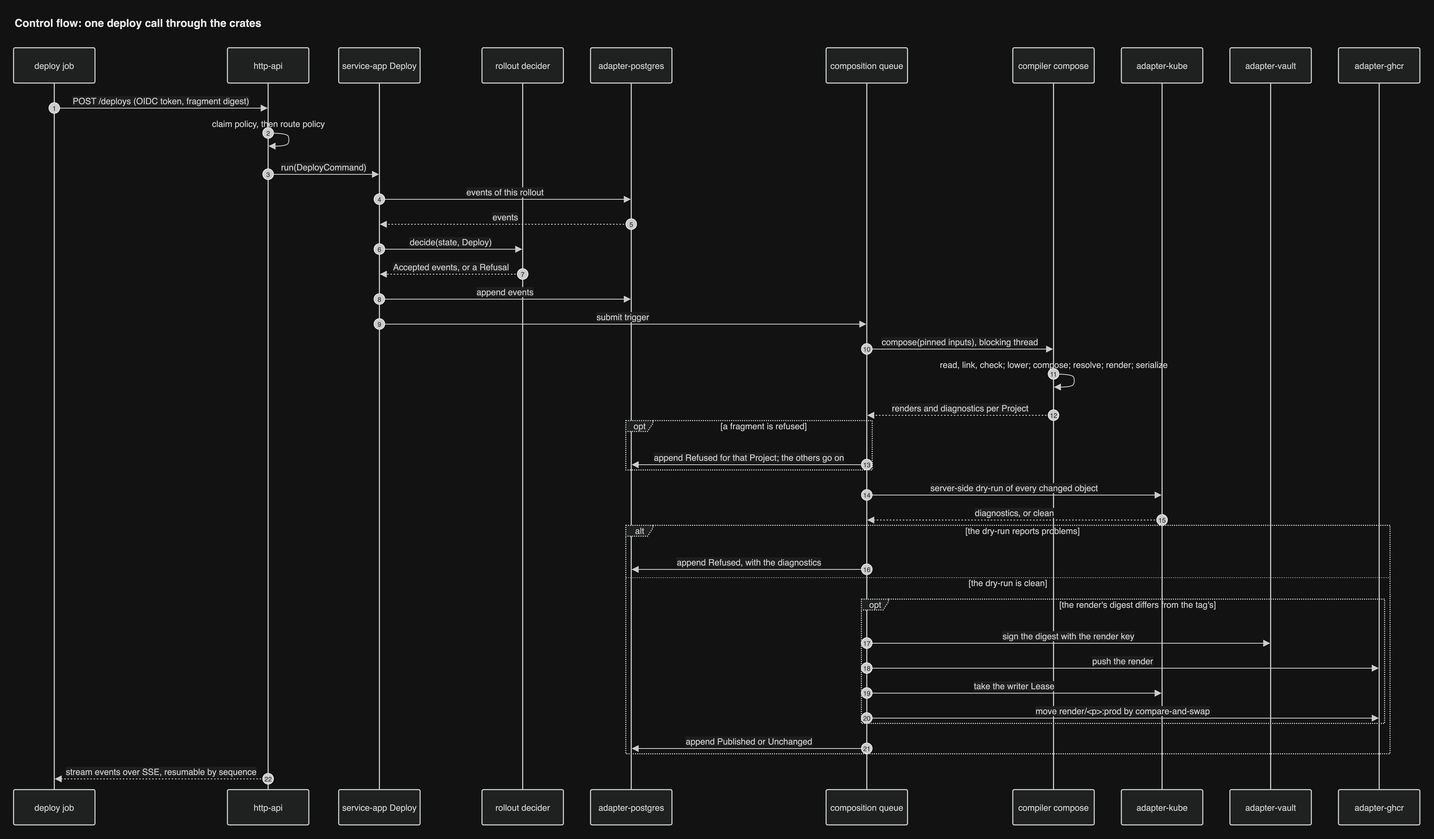
Earlier version of the draw.io export docs/diagrams/png/seq-compose-crates.png (JorisJonkers-dev/estate-kit). Source tidied: cells renumbered, new cells last; positions are measured from the earlier drawing's top-left corner, leaving out a move shared by most shapes.
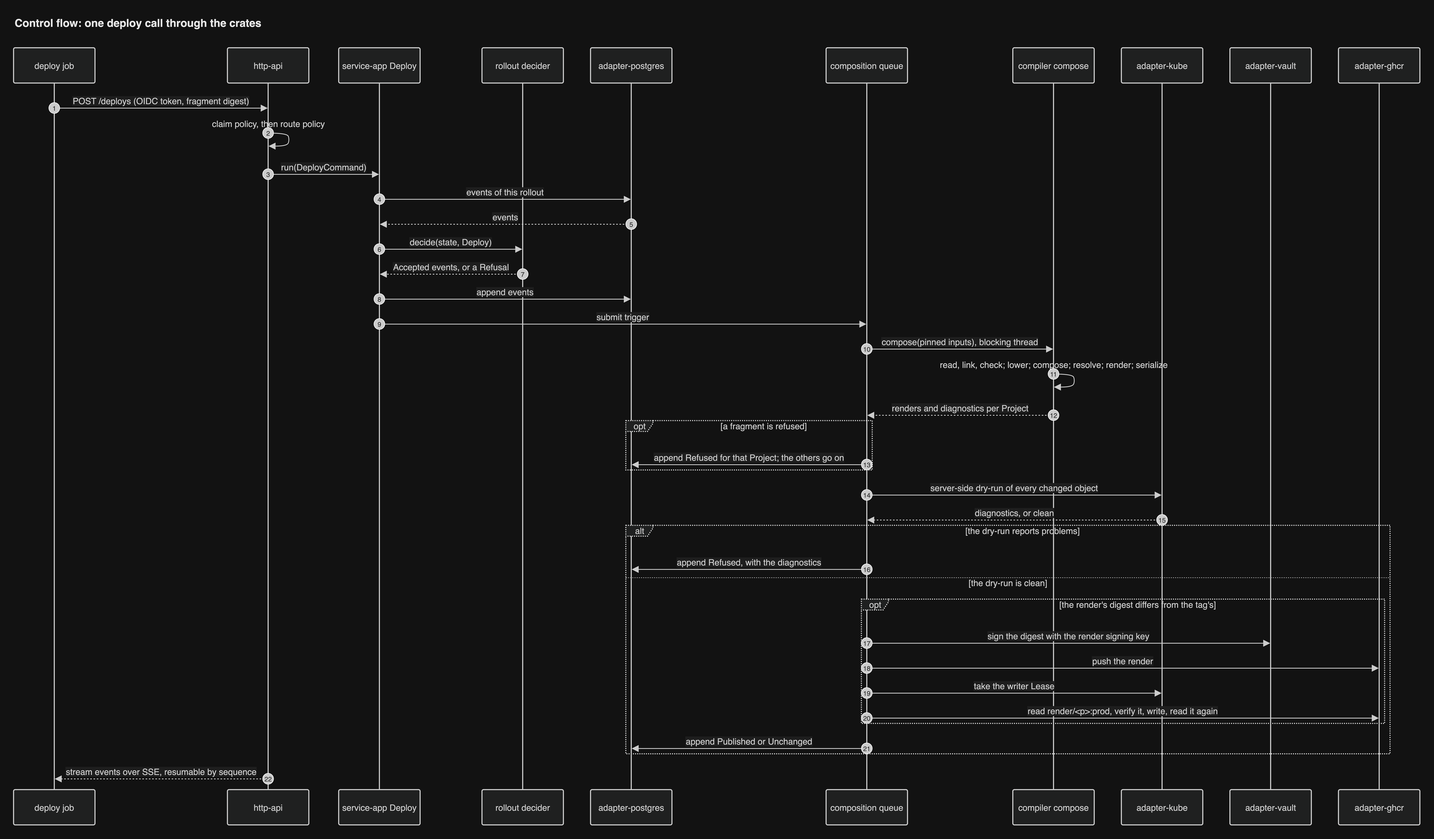
Later version of the same file.

Diff of the diagram source:
```diff
@@ -226,7 +226,7 @@
     <mxCell id="53" value="16" style="ellipse;fillColor=light-dark(#333333,#cccccc);align=center;verticalAlign=middle;fontColor=light-dark(#FFFFFF,#333333);fontSize=12;fontFamily=Helvetica;" parent="1" vertex="1">
       <mxGeometry x="1562" y="1015" width="20" height="20" as="geometry" />
     </mxCell>
-    <mxCell id="54" value="sign the digest with the render key" style="endArrow=block;endSize=9;verticalAlign=bottom;spacingBottom=2;edgeStyle=sequenceEdgeStyle;libavoidRouting=0;curved=0;rounded=0;fontSize=16;strokeWidth=1.5;strokeColor=light-dark(#333333,#cccccc);fontColor=light-dark(#333333,#cccccc);fontFamily=Helvetica;labelBackgroundColor=light-dark(#ffffff,#1e1e1e);" parent="1" edge="1" source="7" target="10">
+    <mxCell id="54" value="sign the digest with the render signing key" style="endArrow=block;endSize=9;verticalAlign=bottom;spacingBottom=2;edgeStyle=sequenceEdgeStyle;libavoidRouting=0;curved=0;rounded=0;fontSize=16;strokeWidth=1.5;strokeColor=light-dark(#333333,#cccccc);fontColor=light-dark(#333333,#cccccc);fontFamily=Helvetica;labelBackgroundColor=light-dark(#ffffff,#1e1e1e);" parent="1" edge="1" source="7" target="10">
       <mxGeometry relative="1" as="geometry">
         <Array as="points">
           <mxPoint x="1944" y="1161" />
@@ -256,7 +256,7 @@
     <mxCell id="59" value="19" style="ellipse;fillColor=light-dark(#333333,#cccccc);align=center;verticalAlign=middle;fontColor=light-dark(#FFFFFF,#333333);fontSize=12;fontFamily=Helvetica;" parent="1" vertex="1">
       <mxGeometry x="1562" y="1243" width="20" height="20" as="geometry" />
     </mxCell>
-    <mxCell id="60" value="move render/&lt;p&gt;:prod by compare-and-swap" style="endArrow=block;endSize=9;verticalAlign=bottom;spacingBottom=2;edgeStyle=sequenceEdgeStyle;libavoidRouting=0;curved=0;rounded=0;fontSize=16;strokeWidth=1.5;strokeColor=light-dark(#333333,#cccccc);fontColor=light-dark(#333333,#cccccc);fontFamily=Helvetica;labelBackgroundColor=light-dark(#ffffff,#1e1e1e);" parent="1" edge="1" source="7" target="11">
+    <mxCell id="60" value="read render/&lt;p&gt;:prod, verify it, write, read it again" style="endArrow=block;endSize=9;verticalAlign=bottom;spacingBottom=2;edgeStyle=sequenceEdgeStyle;libavoidRouting=0;curved=0;rounded=0;fontSize=16;strokeWidth=1.5;strokeColor=light-dark(#333333,#cccccc);fontColor=light-dark(#333333,#cccccc);fontFamily=Helvetica;labelBackgroundColor=light-dark(#ffffff,#1e1e1e);" parent="1" edge="1" source="7" target="11">
       <mxGeometry relative="1" as="geometry">
         <Array as="points">
           <mxPoint x="2044" y="1299" />
```
